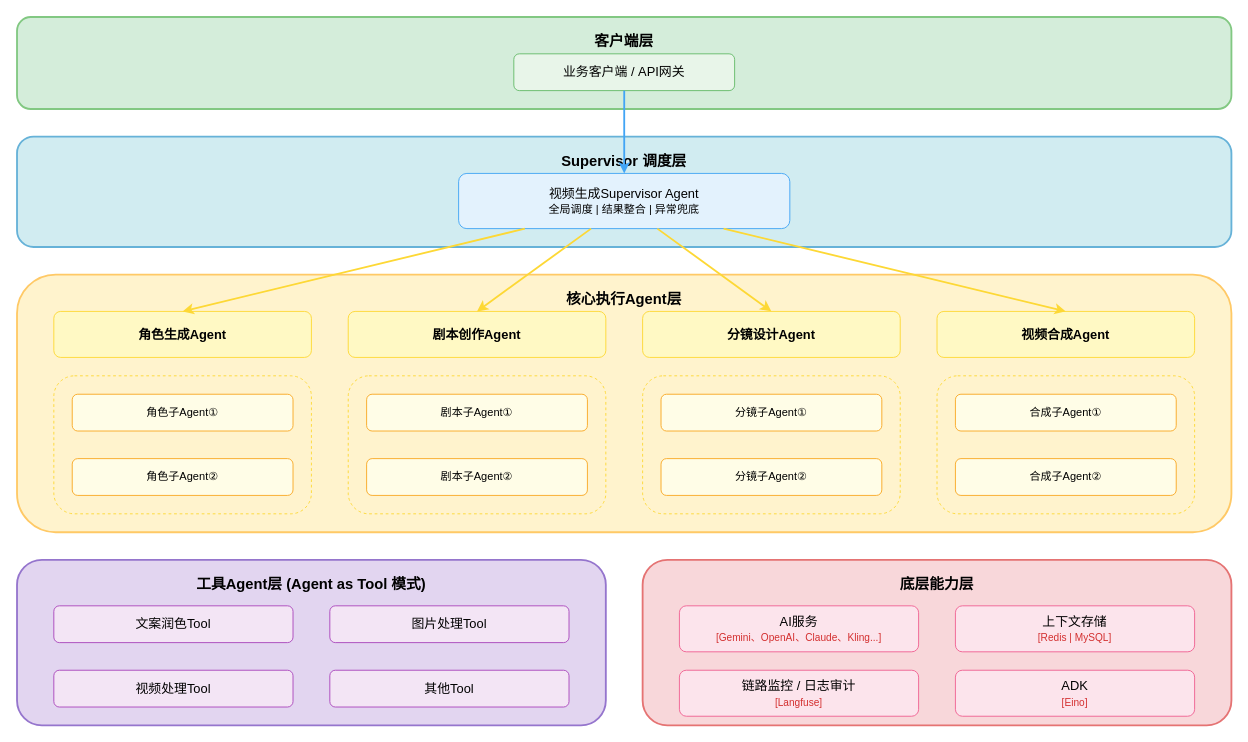
Earlier version of the draw.io diagram page "视频生成Agent架构" (1 of 2) of 未命名绘图.drawio (joeytang/imgs). Source tidied: cells renumbered, new cells numbered last; positions are measured from the earlier drawing's top-left corner, leaving out a move shared by most shapes. Both pictures are drawn from the tidied source at 92%, with x=0, y=0 at pixel (17, 17).
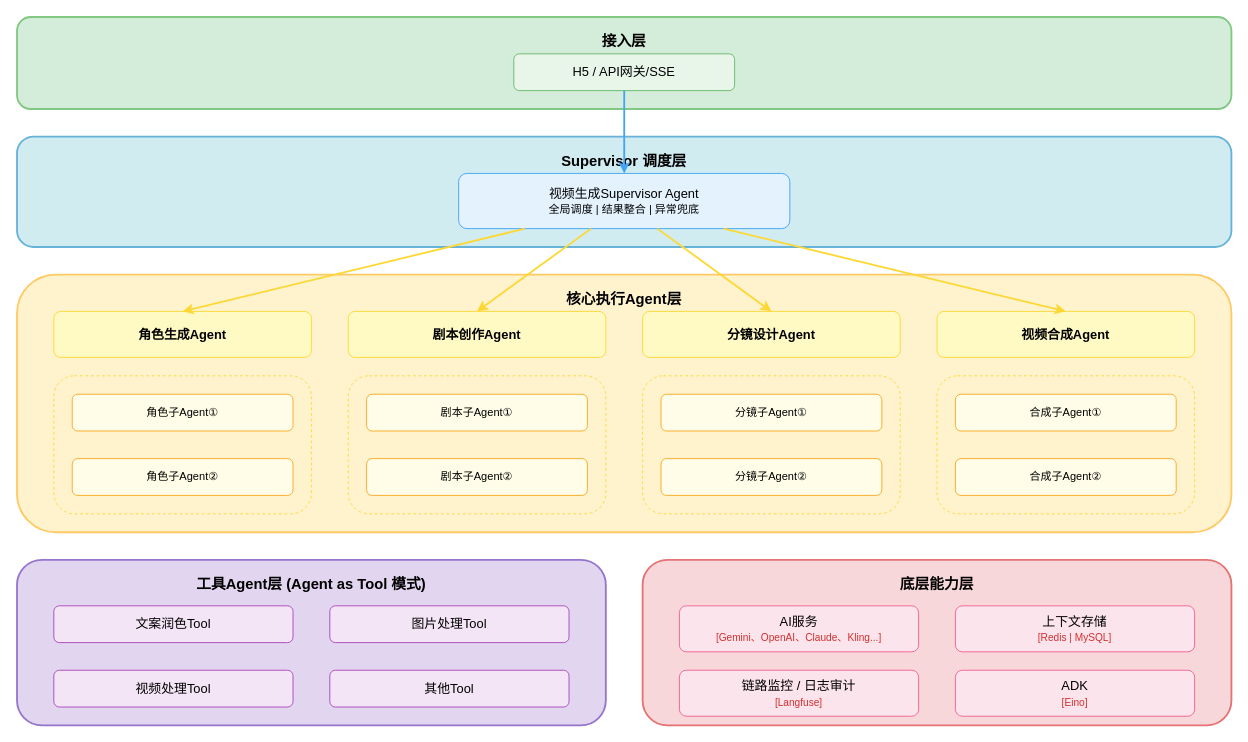
The same diagram, later.

Commit message:
更新未命名绘图.drawio

Diff of the diagram source:
```diff
@@
-    <mxCell id="2" value="客户端层" style="rounded=1;whiteSpace=wrap;html=1;fillColor=#d4edda;strokeColor=#82c882;strokeWidth=2;verticalAlign=top;fontSize=16;fontStyle=1;spacingTop=10;" parent="1" vertex="1">
+    <mxCell id="2" value="接入层" style="rounded=1;whiteSpace=wrap;html=1;fillColor=#d4edda;strokeColor=#82c882;strokeWidth=2;verticalAlign=top;fontSize=16;fontStyle=1;spacingTop=10;" parent="1" vertex="1">
       <mxGeometry width="1320" height="100" as="geometry" />
     </mxCell>
-    <mxCell id="3" value="业务客户端 / API网关" style="rounded=1;whiteSpace=wrap;html=1;fillColor=#e8f5e9;strokeColor=#66bb6a;fontSize=14;" parent="1" vertex="1">
+    <mxCell id="3" value="H5 / API网关/SSE" style="rounded=1;whiteSpace=wrap;html=1;fillColor=#e8f5e9;strokeColor=#66bb6a;fontSize=14;" parent="1" vertex="1">
       <mxGeometry x="540" y="40" width="240" height="40" as="geometry" />
     </mxCell>
```
